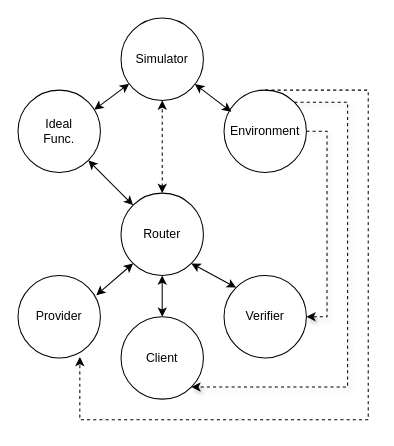
Before: docs/diagrams/Untitled Diagram.drawio in titosilva/drm-blockchain, a draw.io diagram. Source tidied: cells renumbered, new cells numbered last; positions are measured from the earlier drawing's top-left corner, leaving out a move shared by most shapes. Both pictures are drawn from the tidied source at 103%, with x=0, y=0 at pixel (18, 18).
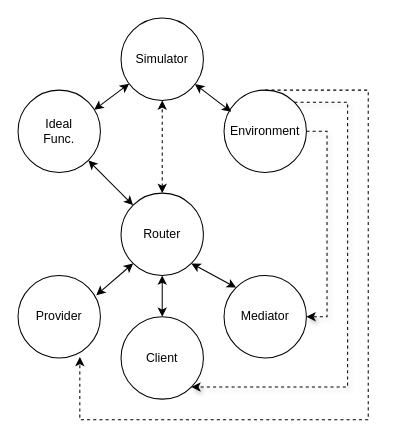
The same page after the edit.

What changed in the source:
```diff
@@
-    <mxCell id="8" value="Verifier" style="ellipse;whiteSpace=wrap;html=1;" parent="1" vertex="1">
+    <mxCell id="8" value="Mediator" style="ellipse;whiteSpace=wrap;html=1;" parent="1" vertex="1">
       <mxGeometry x="200" y="250" width="80" height="80" as="geometry" />
     </mxCell>
```
